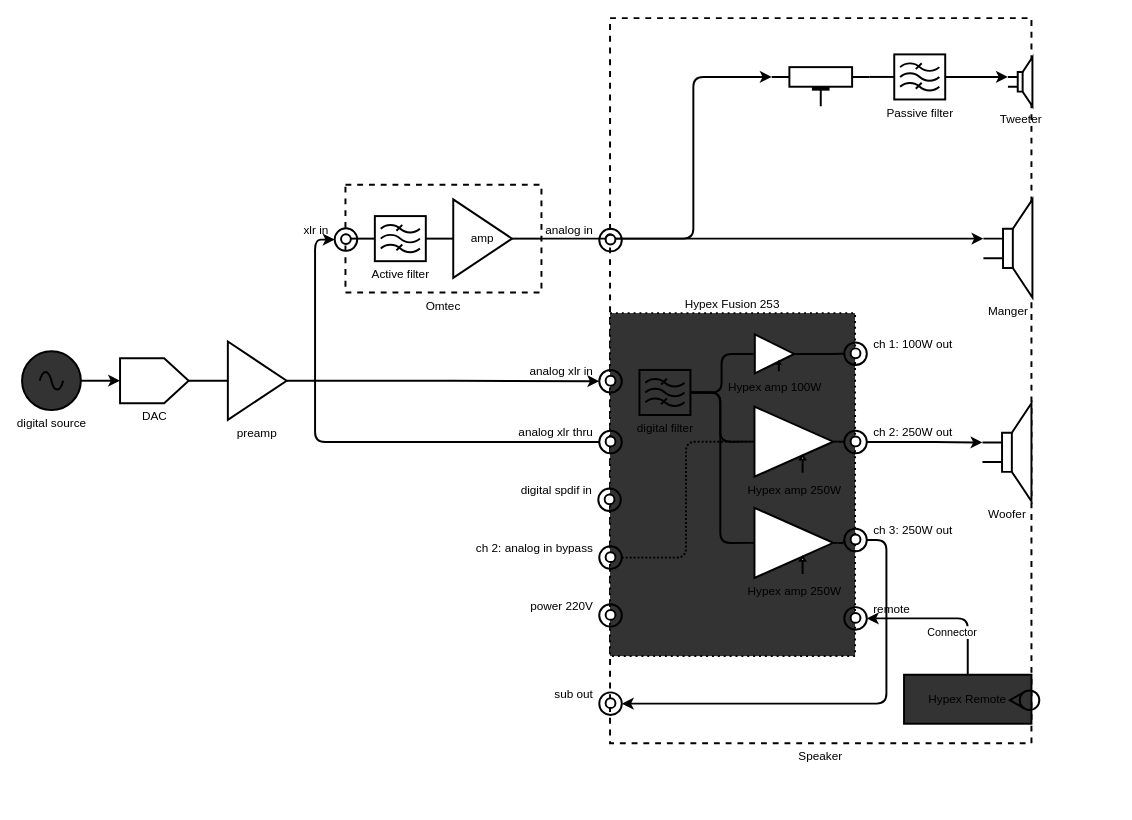
The draw.io diagram page "With Omtec" (2 of 3) of manger-electrical-layout.drawio in blueneogeo/manger, before the edit. Source tidied: cells renumbered, new cells numbered last; positions are measured from the earlier drawing's top-left corner, leaving out a move shared by most shapes. Both pictures are drawn from the tidied source at 98%, with x=0, y=0 at pixel (22, 18).
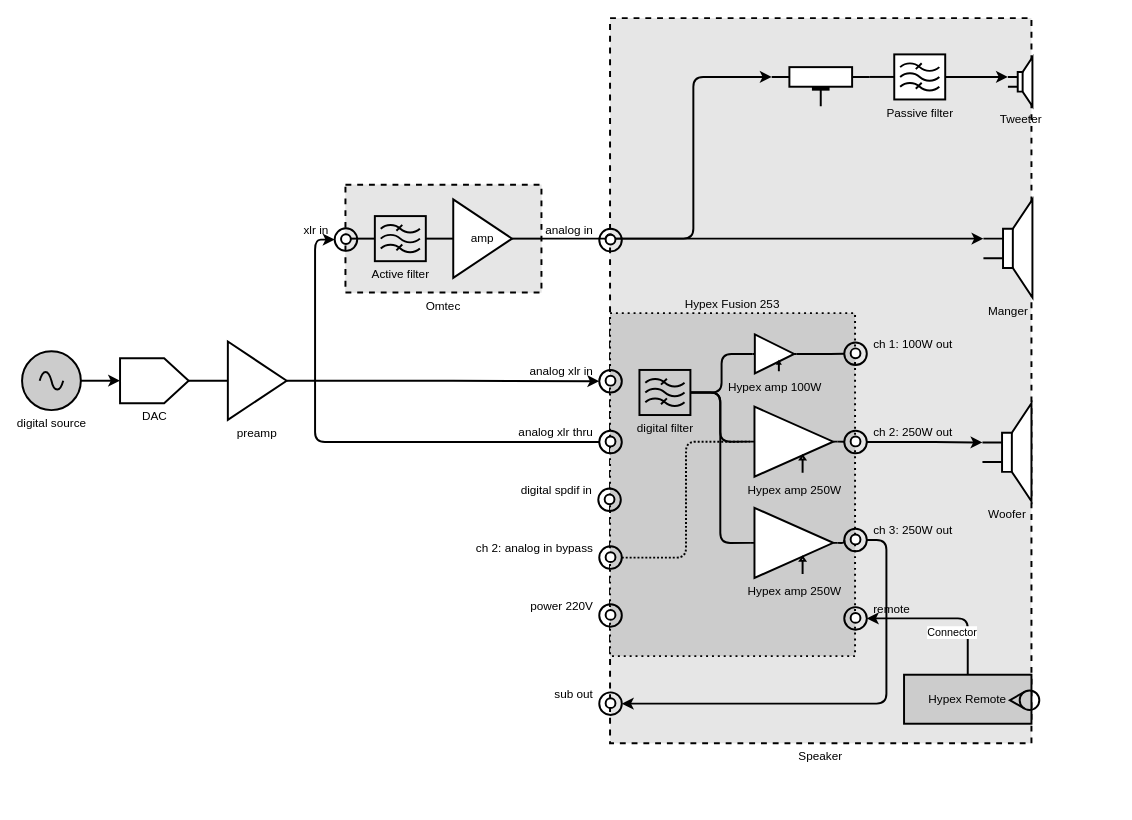
The same page after the edit.

Unchanged cells that the change refers to:
```xml
<mxCell id="9" style="group;" parent="1" vertex="1">
  <mxGeometry x="600" y="301" width="515" height="501" as="geometry" />
</mxCell>
```

Diff of the diagram source:
```diff
@@
-    <mxCell id="2" value="Speaker" style="rounded=0;whiteSpace=wrap;html=1;dashed=1;labelPosition=center;verticalLabelPosition=bottom;align=center;verticalAlign=top;strokeWidth=2;" parent="1" vertex="1">
+    <mxCell id="2" value="Speaker" style="rounded=0;whiteSpace=wrap;html=1;dashed=1;labelPosition=center;verticalLabelPosition=bottom;align=center;verticalAlign=top;strokeWidth=2;fillColor=#E6E6E6;" parent="1" vertex="1">
       <mxGeometry x="600" width="430" height="740" as="geometry" />
     </mxCell>
@@
-    <mxCell id="8" value="Hypex Remote" style="rounded=0;whiteSpace=wrap;html=1;labelPosition=center;verticalLabelPosition=middle;align=center;verticalAlign=middle;strokeWidth=2;fillColor=#333333;" parent="1" vertex="1">
+    <mxCell id="8" value="Hypex Remote" style="rounded=0;whiteSpace=wrap;html=1;labelPosition=center;verticalLabelPosition=middle;align=center;verticalAlign=middle;strokeWidth=2;fillColor=#CCCCCC;" parent="1" vertex="1">
       <mxGeometry x="900" y="670" width="130" height="50" as="geometry" />
     </mxCell>
@@
-    <mxCell id="10" value="Hypex Fusion 253" style="rounded=0;whiteSpace=wrap;html=1;dashed=1;labelPosition=center;verticalLabelPosition=top;align=center;verticalAlign=bottom;strokeWidth=2;dashPattern=1 2;labelBackgroundColor=none;fillColor=#333333;" parent="9" vertex="1">
+    <mxCell id="10" value="Hypex Fusion 253" style="rounded=0;whiteSpace=wrap;html=1;dashed=1;labelPosition=center;verticalLabelPosition=top;align=center;verticalAlign=bottom;strokeWidth=2;dashPattern=1 2;labelBackgroundColor=none;fillColor=#CCCCCC;" parent="9" vertex="1">
       <mxGeometry width="250" height="350" as="geometry" />
     </mxCell>
@@
-    <mxCell id="59" style="group;" parent="1" vertex="1">
+    <mxCell id="59" style="group;fillColor=#E6E6E6;" parent="1" vertex="1">
       <mxGeometry x="330" y="170" width="200" height="110" as="geometry" />
     </mxCell>
-    <mxCell id="60" value="Omtec" style="rounded=0;whiteSpace=wrap;html=1;dashed=1;labelPosition=center;verticalLabelPosition=bottom;align=center;verticalAlign=top;strokeWidth=2;" parent="59" vertex="1">
+    <mxCell id="60" value="Omtec" style="rounded=0;whiteSpace=wrap;html=1;dashed=1;labelPosition=center;verticalLabelPosition=bottom;align=center;verticalAlign=top;strokeWidth=2;fillColor=#E6E6E6;" parent="59" vertex="1">
       <mxGeometry width="200" height="110" as="geometry" />
     </mxCell>
@@
-    <mxCell id="62" value="amp" style="triangle;whiteSpace=wrap;html=1;rounded=0;labelBackgroundColor=none;strokeWidth=2;fillColor=none;" parent="59" vertex="1">
+    <mxCell id="62" value="amp" style="triangle;whiteSpace=wrap;html=1;rounded=0;labelBackgroundColor=none;strokeWidth=2;" parent="59" vertex="1">
       <mxGeometry x="110" y="15" width="60" height="80" as="geometry" />
     </mxCell>
@@
-    <mxCell id="68" value="Passive filter" style="verticalLabelPosition=bottom;shadow=0;dashed=0;align=center;html=1;verticalAlign=top;shape=mxgraph.electrical.abstract.filter;rounded=0;labelBackgroundColor=none;strokeWidth=2;fillColor=none;" parent="1" vertex="1">
+    <mxCell id="68" value="Passive filter" style="verticalLabelPosition=bottom;shadow=0;dashed=0;align=center;html=1;verticalAlign=top;shape=mxgraph.electrical.abstract.filter;rounded=0;labelBackgroundColor=none;strokeWidth=2;fillColor=#FFFFFF;" parent="1" vertex="1">
       <mxGeometry x="890" y="37" width="52" height="46" as="geometry" />
     </mxCell>
-    <mxCell id="69" style="verticalLabelPosition=bottom;shadow=0;dashed=0;align=center;html=1;verticalAlign=top;shape=mxgraph.electrical.resistors.trimmer_pot_1;rounded=0;labelBackgroundColor=none;strokeWidth=2;fillColor=none;" parent="1" vertex="1">
+    <mxCell id="69" style="verticalLabelPosition=bottom;shadow=0;dashed=0;align=center;html=1;verticalAlign=top;shape=mxgraph.electrical.resistors.trimmer_pot_1;rounded=0;labelBackgroundColor=none;strokeWidth=2;fillColor=#FFFFFF;" parent="1" vertex="1">
       <mxGeometry x="765" y="50" width="100" height="40" as="geometry" />
     </mxCell>
@@
-    <mxCell id="94" value="digital source" style="verticalLabelPosition=bottom;shadow=0;dashed=0;align=center;html=1;verticalAlign=top;shape=mxgraph.electrical.signal_sources.source;points=[[0.5,0,0],[1,0.5,0],[0.5,1,0],[0,0.5,0]];elSignalType=ac;rounded=0;dashPattern=1 2;labelBackgroundColor=none;strokeWidth=2;fillColor=#333333;" parent="1" vertex="1">
+    <mxCell id="94" value="digital source" style="verticalLabelPosition=bottom;shadow=0;dashed=0;align=center;html=1;verticalAlign=top;shape=mxgraph.electrical.signal_sources.source;points=[[0.5,0,0],[1,0.5,0],[0.5,1,0],[0,0.5,0]];elSignalType=ac;rounded=0;dashPattern=1 2;labelBackgroundColor=none;strokeWidth=2;fillColor=#CCCCCC;" parent="1" vertex="1">
       <mxGeometry y="340" width="60" height="60" as="geometry" />
     </mxCell>
```
